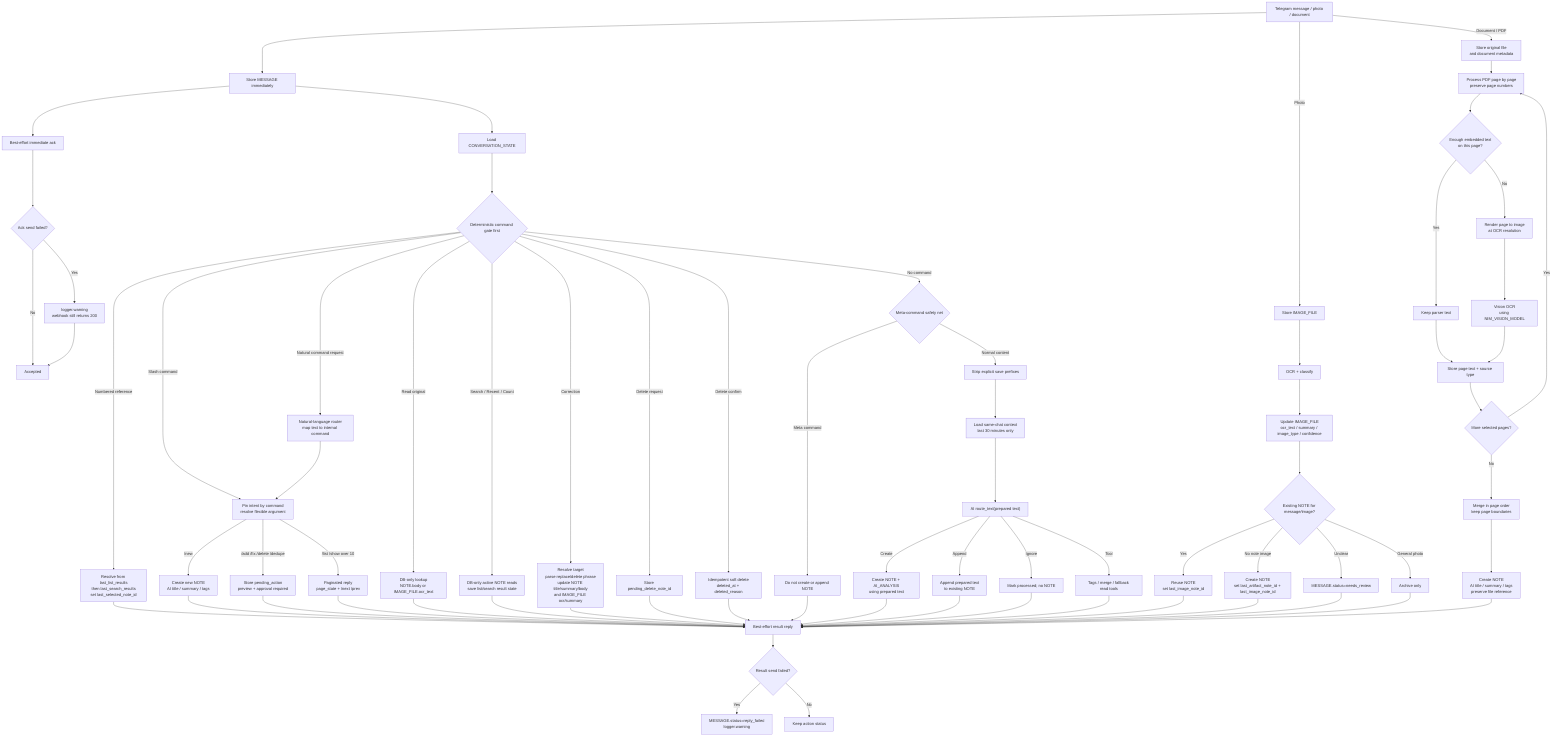
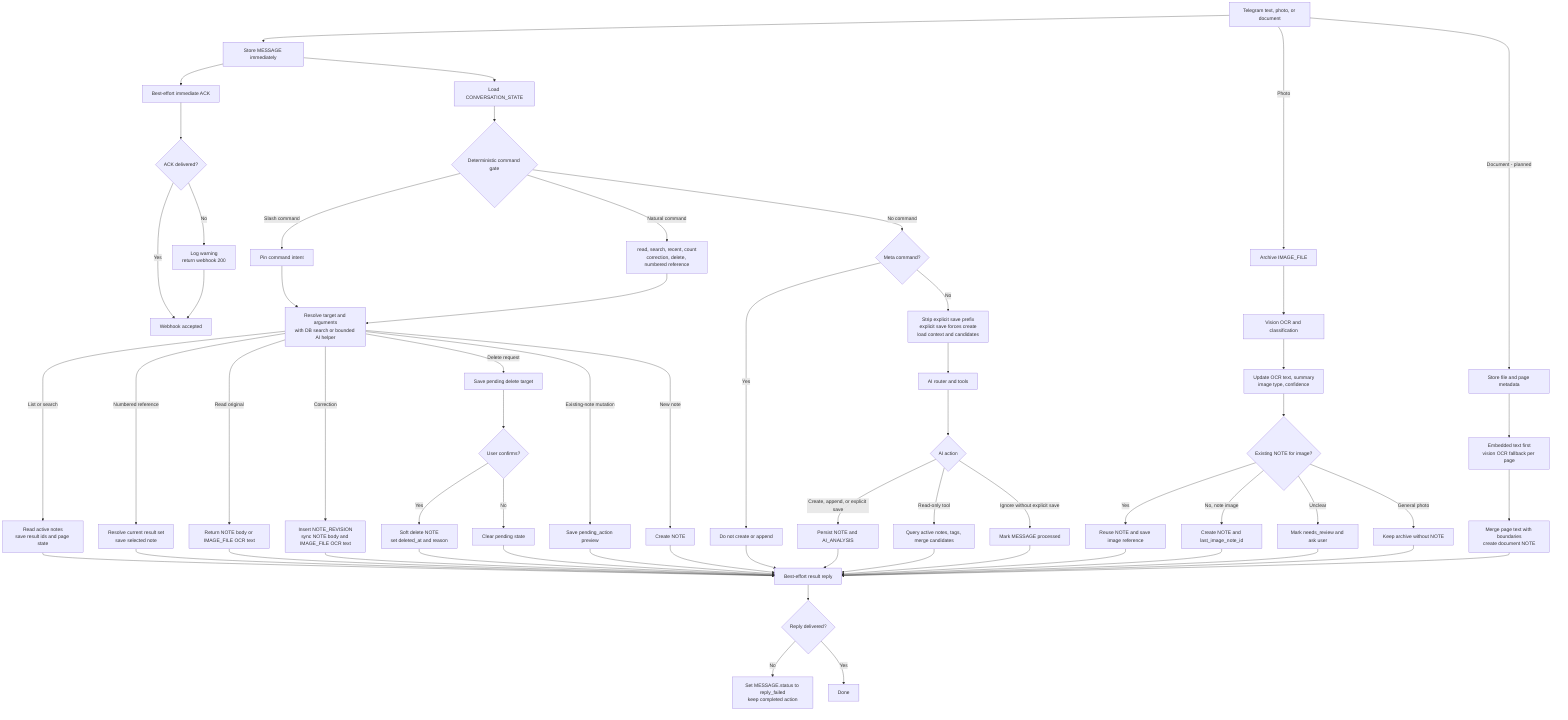
flowchart TD
-     In["Telegram message / photo / document"] --> Store["Store MESSAGE immediately"]
-     Store --> Ack["Best-effort immediate ack"]
-     Ack --> AckFail{"Ack send failed?"}
-     AckFail -->|Yes| AckWarn["logger.warning<br/>webhook still returns 200"]
-     AckFail -->|No| Accepted["Accepted"]
-     AckWarn --> Accepted
+     Input["Telegram text, photo, or document"] --> Store["Store MESSAGE immediately"]
+     Store --> Ack["Best-effort immediate ACK"]
+     Ack --> AckResult{"ACK delivered?"}
+     AckResult -->|No| AckLog["Log warning<br/>return webhook 200"]
+     AckResult -->|Yes| Accepted["Webhook accepted"]
+     AckLog --> Accepted

    Store --> State["Load CONVERSATION_STATE"]
-     State --> Gate{"Deterministic command gate first"}
+     State --> Gate{"Deterministic command gate"}

-     Gate -->|Slash command| Slash["Pin intent by command<br/>resolve flexible argument"]
-     Gate -->|Natural command request| NLRouter["Natural-language router<br/>map text to internal command"]
-     NLRouter --> Slash
-     Slash -->|/new| NewNote["Create new NOTE<br/>AI title / summary / tags"]
-     Slash -->|/add /fix /delete /dedupe| Approval["Store pending_action<br/>preview + approval required"]
-     Slash -->|/list /show over 10| Page["Paginated reply<br/>page_state + /next /prev"]
-     Gate -->|Numbered reference| Numbered["Resolve from last_list_results<br/>then last_search_results<br/>set last_selected_note_id"]
-     Gate -->|Read original| ReadLast["DB-only lookup<br/>NOTE.body or IMAGE_FILE.ocr_text"]
-     Gate -->|Search / Recent / Count| ReadTools["DB-only active NOTE reads<br/>save list/search result state"]
-     Gate -->|Correction| Correct["Resolve target<br/>parse replace/delete phrase<br/>update NOTE title/summary/body<br/>and IMAGE_FILE ocr/summary"]
-     Gate -->|Delete request| DeleteAsk["Store pending_delete_note_id"]
-     Gate -->|Delete confirm| DeleteExec["Idempotent soft delete<br/>deleted_at + deleted_reason"]
-     Gate -->|No command| MetaGuard{"Meta-command safety net"}
+     Gate -->|Slash command| Slash["Pin command intent"]
+     Gate -->|Natural command| Command["read, search, recent, count<br/>correction, delete, numbered reference"]
+     Slash --> Resolve["Resolve target and arguments<br/>with DB search or bounded AI helper"]
+     Command --> Resolve

-     MetaGuard -->|Meta command| NoSave["Do not create or append NOTE"]
-     MetaGuard -->|Normal content| Prep["Strip explicit save prefixes"]
-     Prep --> Context["Load same-chat context<br/>last 30 minutes only"]
-     Context --> AIRouter["AI route_text(prepared text)"]
+     Resolve -->|List or search| List["Read active notes<br/>save result ids and page state"]
+     Resolve -->|Numbered reference| Select["Resolve current result set<br/>save selected note"]
+     Resolve -->|Read original| Read["Return NOTE body or IMAGE_FILE OCR text"]
+     Resolve -->|Correction| Correct["Insert NOTE_REVISION<br/>sync NOTE body and IMAGE_FILE OCR text"]
+     Resolve -->|Delete request| DeleteAsk["Save pending delete target"]
+     DeleteAsk --> DeleteConfirm{"User confirms?"}
+     DeleteConfirm -->|Yes| SoftDelete["Soft delete NOTE<br/>set deleted_at and reason"]
+     DeleteConfirm -->|No| Cancel["Clear pending state"]
+     Resolve -->|Existing-note mutation| Preview["Save pending_action preview"]
+     Resolve -->|New note| Create["Create NOTE"]

-     AIRouter -->|Create| Create["Create NOTE + AI_ANALYSIS<br/>using prepared text"]
-     AIRouter -->|Append| Append["Append prepared text<br/>to existing NOTE"]
-     AIRouter -->|Ignore| Ignore["Mark processed; no NOTE"]
-     AIRouter -->|Tool| Tool["Tags / merge / fallback read tools"]
+     Gate -->|No command| Meta{"Meta command?"}
+     Meta -->|Yes| NoSave["Do not create or append"]
+     Meta -->|No| Prep["Strip explicit save prefix<br/>explicit save forces create<br/>load context and candidates"]
+     Prep --> Agent["AI router and tools"]
+     Agent --> AgentAction{"AI action"}
+     AgentAction -->|Create, append, or explicit save| Save["Persist NOTE and AI_ANALYSIS"]
+     AgentAction -->|Read-only tool| Tool["Query active notes, tags, merge candidates"]
+     AgentAction -->|Ignore without explicit save| Ignore["Mark MESSAGE processed"]

-     In -->|Photo| Photo["Store IMAGE_FILE"]
-     Photo --> Vision["OCR + classify"]
-     Vision --> ImageUpdate["Update IMAGE_FILE<br/>ocr_text / summary / image_type / confidence"]
-     ImageUpdate --> Existing{"Existing NOTE for message/image?"}
-     Existing -->|Yes| ExistingRef["Reuse NOTE<br/>set last_image_note_id"]
-     Existing -->|No note image| ImageNote["Create NOTE<br/>set last_artifact_note_id + last_image_note_id"]
-     Existing -->|Unclear| Review["MESSAGE.status=needs_review"]
-     Existing -->|General photo| PhotoOnly["Archive only"]
+     Input -->|Photo| Image["Archive IMAGE_FILE"]
+     Image --> Vision["Vision OCR and classification"]
+     Vision --> ImageData["Update OCR text, summary<br/>image type, confidence"]
+     ImageData --> Existing{"Existing NOTE for image?"}
+     Existing -->|Yes| Reuse["Reuse NOTE and save image reference"]
+     Existing -->|No, note image| ImageNote["Create NOTE and last_image_note_id"]
+     Existing -->|Unclear| Review["Mark needs_review and ask user"]
+     Existing -->|General photo| ArchiveOnly["Keep archive without NOTE"]

-     In -->|Document / PDF| Document["Store original file<br/>and document metadata"]
-     Document --> PageLoop["Process PDF page by page<br/>preserve page numbers"]
-     PageLoop --> TextCheck{"Enough embedded text<br/>on this page?"}
-     TextCheck -->|Yes| EmbeddedText["Keep parser text"]
-     TextCheck -->|No| RenderPage["Render page to image<br/>at OCR resolution"]
-     RenderPage --> PageOCR["Vision OCR<br/>using NIM_VISION_MODEL"]
-     EmbeddedText --> PageText["Store page text + source type"]
-     PageOCR --> PageText
-     PageText --> MorePages{"More selected pages?"}
-     MorePages -->|Yes| PageLoop
-     MorePages -->|No| MergeDoc["Merge in page order<br/>keep page boundaries"]
-     MergeDoc --> DocNote["Create NOTE<br/>AI title / summary / tags<br/>preserve file reference"]
+     Input -->|Document - planned| Document["Store file and page metadata"]
+     Document --> Pages["Embedded text first<br/>vision OCR fallback per page"]
+     Pages --> DocumentNote["Merge page text with boundaries<br/>create document NOTE"]

-     Numbered --> Reply["Best-effort result reply"]
-     NewNote --> Reply
-     Approval --> Reply
-     Page --> Reply
-     ReadLast --> Reply
-     ReadTools --> Reply
+     List --> Reply["Best-effort result reply"]
+     Select --> Reply
+     Read --> Reply
    Correct --> Reply
-     DeleteAsk --> Reply
-     DeleteExec --> Reply
+     SoftDelete --> Reply
+     Cancel --> Reply
+     Preview --> Reply
+     Create --> Reply
    NoSave --> Reply
-     Create --> Reply
-     Append --> Reply
+     Save --> Reply
+     Tool --> Reply
    Ignore --> Reply
-     Tool --> Reply
-     ExistingRef --> Reply
+     Reuse --> Reply
    ImageNote --> Reply
    Review --> Reply
-     PhotoOnly --> Reply
-     DocNote --> Reply
+     ArchiveOnly --> Reply
+     DocumentNote --> Reply

-     Reply --> ReplyFail{"Result send failed?"}
-     ReplyFail -->|Yes| ReplyFailed["MESSAGE.status=reply_failed<br/>logger.warning"]
-     ReplyFail -->|No| Done["Keep action status"]
+     Reply --> ReplyResult{"Reply delivered?"}
+     ReplyResult -->|No| ReplyFailed["Set MESSAGE.status to reply_failed<br/>keep completed action"]
+     ReplyResult -->|Yes| Done["Done"]